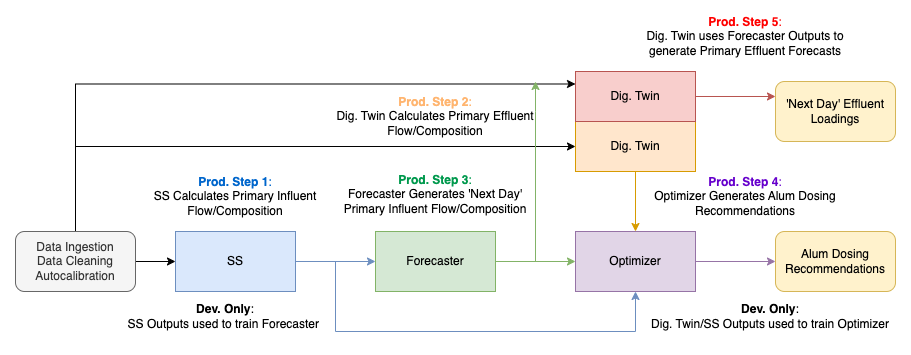
This is figs/CWSODIN.drawio.png from maia-analytica/WRF-ODIN-CWS-Eval, a draw.io export, as it was before one commit. Source tidied: cells renumbered, new cells last; positions are measured from the earlier drawing's top-left corner, leaving out a move shared by most shapes.
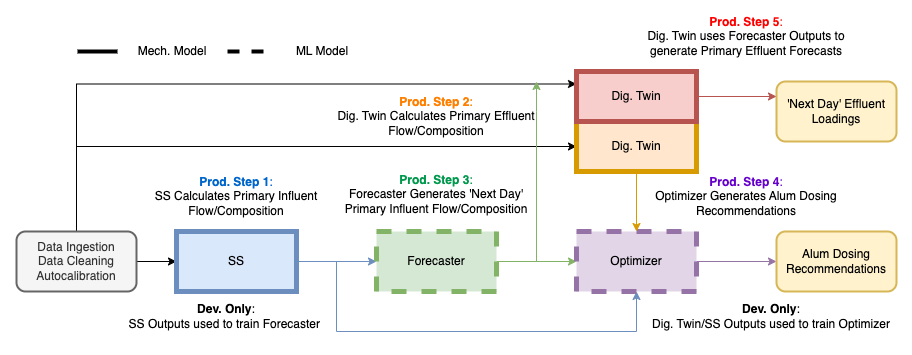
Later version of the same file.

What changed in the source:
```diff
@@ -19,7 +19,7 @@
         </Array>
       </mxGeometry>
     </mxCell>
-    <mxCell id="5" value="Data Ingestion&lt;br&gt;Data Cleaning&lt;br&gt;Autocalibration" style="rounded=1;whiteSpace=wrap;html=1;fillColor=#f5f5f5;fontColor=#333333;strokeColor=#666666;" parent="1" vertex="1">
+    <mxCell id="5" value="Data Ingestion&lt;br&gt;Data Cleaning&lt;br&gt;Autocalibration" style="rounded=1;whiteSpace=wrap;html=1;fillColor=#f5f5f5;fontColor=#333333;strokeColor=#666666;strokeWidth=2;" parent="1" vertex="1">
       <mxGeometry y="210" width="120" height="60" as="geometry" />
     </mxCell>
     <mxCell id="6" style="edgeStyle=orthogonalEdgeStyle;rounded=0;jettySize=auto;html=1;entryX=0;entryY=0.5;entryDx=0;entryDy=0;fillColor=#dae8fc;strokeColor=#6c8ebf;" parent="1" edge="1" source="8" target="11">
@@ -34,7 +34,7 @@
         </Array>
       </mxGeometry>
     </mxCell>
-    <mxCell id="8" value="SS" style="rounded=0;whiteSpace=wrap;html=1;fillColor=#dae8fc;strokeColor=#6c8ebf;" parent="1" vertex="1">
+    <mxCell id="8" value="SS" style="rounded=0;whiteSpace=wrap;html=1;fillColor=#dae8fc;strokeColor=#6c8ebf;strokeWidth=5;" parent="1" vertex="1">
       <mxGeometry x="160" y="210" width="120" height="60" as="geometry" />
     </mxCell>
     <mxCell id="9" style="edgeStyle=orthogonalEdgeStyle;rounded=0;jettySize=auto;html=1;entryX=0;entryY=0.5;entryDx=0;entryDy=0;fillColor=#d5e8d4;strokeColor=#82b366;" parent="1" edge="1" source="11" target="13">
@@ -49,25 +49,25 @@
         </Array>
       </mxGeometry>
     </mxCell>
-    <mxCell id="11" value="Forecaster" style="rounded=0;whiteSpace=wrap;html=1;fillColor=#d5e8d4;strokeColor=#82b366;" parent="1" vertex="1">
+    <mxCell id="11" value="Forecaster" style="rounded=0;whiteSpace=wrap;html=1;fillColor=#d5e8d4;strokeColor=#82b366;strokeWidth=5;dashed=1;" parent="1" vertex="1">
       <mxGeometry x="360" y="210" width="120" height="60" as="geometry" />
     </mxCell>
     <mxCell id="12" style="edgeStyle=orthogonalEdgeStyle;rounded=0;jettySize=auto;html=1;entryX=0;entryY=0.5;entryDx=0;entryDy=0;fillColor=#e1d5e7;strokeColor=#9673a6;" parent="1" edge="1" source="13" target="14">
       <mxGeometry relative="1" as="geometry" />
     </mxCell>
-    <mxCell id="13" value="Optimizer" style="rounded=0;whiteSpace=wrap;html=1;fillColor=#e1d5e7;strokeColor=#9673a6;" parent="1" vertex="1">
+    <mxCell id="13" value="Optimizer" style="rounded=0;whiteSpace=wrap;html=1;fillColor=#e1d5e7;strokeColor=#9673a6;strokeWidth=5;dashed=1;" parent="1" vertex="1">
       <mxGeometry x="560" y="210" width="120" height="60" as="geometry" />
     </mxCell>
-    <mxCell id="14" value="Alum Dosing Recommendations" style="rounded=1;whiteSpace=wrap;html=1;fillColor=#fff2cc;strokeColor=#d6b656;" parent="1" vertex="1">
+    <mxCell id="14" value="Alum Dosing Recommendations" style="rounded=1;whiteSpace=wrap;html=1;fillColor=#fff2cc;strokeColor=#d6b656;strokeWidth=2;" parent="1" vertex="1">
       <mxGeometry x="760" y="210" width="120" height="60" as="geometry" />
     </mxCell>
     <mxCell id="15" style="edgeStyle=orthogonalEdgeStyle;rounded=0;jettySize=auto;html=1;entryX=0.5;entryY=0;entryDx=0;entryDy=0;fillColor=#ffe6cc;strokeColor=#d79b00;" parent="1" edge="1" source="16" target="13">
       <mxGeometry relative="1" as="geometry" />
     </mxCell>
-    <mxCell id="16" value="Dig. Twin" style="rounded=0;whiteSpace=wrap;html=1;fillColor=#ffe6cc;strokeColor=#d79b00;" parent="1" vertex="1">
+    <mxCell id="16" value="Dig. Twin" style="rounded=0;whiteSpace=wrap;html=1;fillColor=#ffe6cc;strokeColor=#d79b00;strokeWidth=5;" parent="1" vertex="1">
       <mxGeometry x="560" y="100" width="120" height="50" as="geometry" />
     </mxCell>
-    <mxCell id="17" value="'Next Day' Effluent Loadings" style="rounded=1;whiteSpace=wrap;html=1;fillColor=#fff2cc;strokeColor=#d6b656;" parent="1" vertex="1">
+    <mxCell id="17" value="'Next Day' Effluent Loadings" style="rounded=1;whiteSpace=wrap;html=1;fillColor=#fff2cc;strokeColor=#d6b656;strokeWidth=2;" parent="1" vertex="1">
       <mxGeometry x="760" y="60" width="120" height="60" as="geometry" />
     </mxCell>
     <mxCell id="18" value="&lt;font color=&quot;#00994d&quot;&gt;&lt;b&gt;Prod. Step 3&lt;/b&gt;: &lt;/font&gt;&lt;br&gt;Forecaster Generates 'Next Day' Primary Influent Flow/Composition" style="text;html=1;strokeColor=none;fillColor=none;align=center;verticalAlign=middle;whiteSpace=wrap;rounded=0;" parent="1" vertex="1">
@@ -82,7 +82,7 @@
     <mxCell id="21" value="&lt;font color=&quot;#0066cc&quot;&gt;&lt;b&gt;Prod. Step 1&lt;/b&gt;: &lt;br&gt;&lt;/font&gt;SS Calculates Primary Influent Flow/Composition" style="text;html=1;strokeColor=none;fillColor=none;align=center;verticalAlign=middle;whiteSpace=wrap;rounded=0;" parent="1" vertex="1">
       <mxGeometry x="120" y="160" width="200" height="30" as="geometry" />
     </mxCell>
-    <mxCell id="22" value="&lt;font color=&quot;#ffb570&quot;&gt;&lt;b&gt;Prod. Step 2&lt;/b&gt;: &lt;/font&gt;&lt;br&gt;Dig. Twin Calculates Primary Effluent Flow/Composition" style="text;html=1;strokeColor=none;fillColor=none;align=center;verticalAlign=middle;whiteSpace=wrap;rounded=0;" parent="1" vertex="1">
+    <mxCell id="22" value="&lt;font color=&quot;#ff8000&quot;&gt;&lt;b style=&quot;&quot;&gt;Prod. Step 2&lt;/b&gt;: &lt;/font&gt;&lt;br&gt;Dig. Twin Calculates Primary Effluent Flow/Composition" style="text;html=1;strokeColor=none;fillColor=none;align=center;verticalAlign=middle;whiteSpace=wrap;rounded=0;" parent="1" vertex="1">
       <mxGeometry x="320" y="80" width="200" height="30" as="geometry" />
     </mxCell>
     <mxCell id="23" value="&lt;font color=&quot;#ff0000&quot;&gt;&lt;b&gt;Prod. Step 5&lt;/b&gt;: &lt;/font&gt;&lt;br&gt;Dig. Twin uses Forecaster Outputs to generate Primary Effluent Forecasts" style="text;html=1;strokeColor=none;fillColor=none;align=center;verticalAlign=middle;whiteSpace=wrap;rounded=0;" parent="1" vertex="1">
@@ -94,8 +94,24 @@
     <mxCell id="25" style="edgeStyle=orthogonalEdgeStyle;rounded=0;jettySize=auto;html=1;entryX=0;entryY=0.25;entryDx=0;entryDy=0;fillColor=#f8cecc;strokeColor=#b85450;" parent="1" edge="1" source="26" target="17">
       <mxGeometry relative="1" as="geometry" />
     </mxCell>
-    <mxCell id="26" value="Dig. Twin" style="rounded=0;whiteSpace=wrap;html=1;fillColor=#f8cecc;strokeColor=#b85450;" parent="1" vertex="1">
+    <mxCell id="26" value="Dig. Twin" style="rounded=0;whiteSpace=wrap;html=1;fillColor=#f8cecc;strokeColor=#b85450;strokeWidth=5;" parent="1" vertex="1">
       <mxGeometry x="560" y="50" width="120" height="50" as="geometry" />
     </mxCell>
+    <mxCell id="27" style="endArrow=none;html=1;rounded=0;strokeWidth=4;" parent="1" edge="1" target="28">
+      <mxGeometry relative="1" as="geometry">
+        <mxPoint x="61" y="30" as="sourcePoint" />
+      </mxGeometry>
+    </mxCell>
+    <mxCell id="28" value="Mech. Model" style="text;html=1;strokeColor=none;fillColor=none;align=center;verticalAlign=middle;whiteSpace=wrap;rounded=0;" parent="1" vertex="1">
+      <mxGeometry x="101" y="15" width="110" height="30" as="geometry" />
+    </mxCell>
+    <mxCell id="29" value="ML Model" style="text;html=1;strokeColor=none;fillColor=none;align=center;verticalAlign=middle;whiteSpace=wrap;rounded=0;" parent="1" vertex="1">
+      <mxGeometry x="251" y="15" width="110" height="30" as="geometry" />
+    </mxCell>
+    <mxCell id="30" style="endArrow=none;html=1;rounded=0;strokeWidth=4;dashed=1;" parent="1" edge="1" target="29">
+      <mxGeometry relative="1" as="geometry">
+        <mxPoint x="211" y="30" as="sourcePoint" />
+      </mxGeometry>
+    </mxCell>
   </root>
 </mxGraphModel>
```
